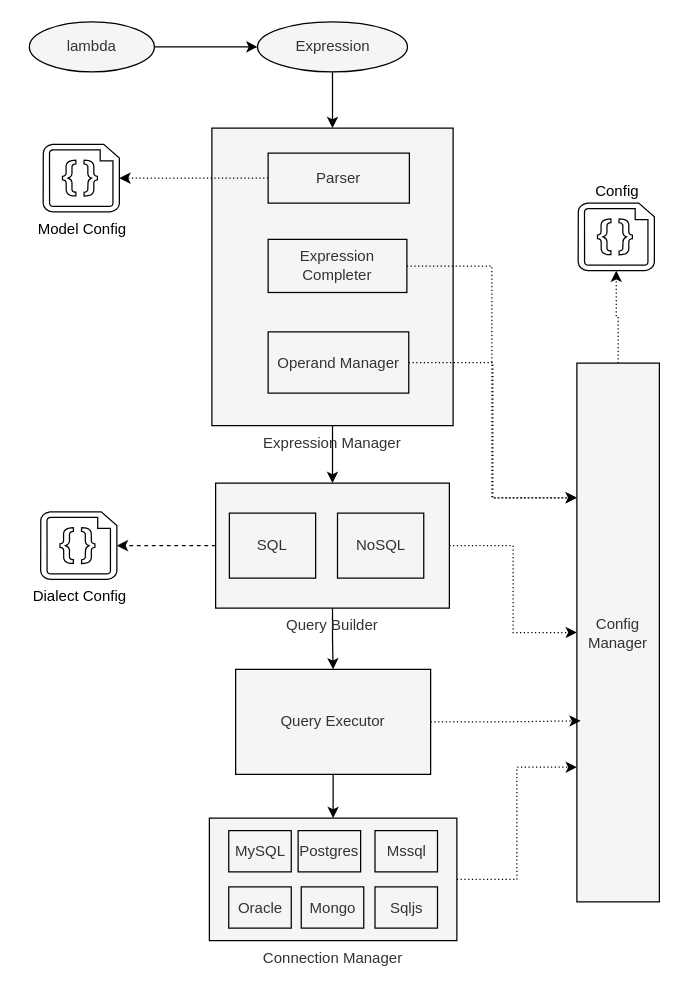
The draw.io diagram design/diagram.drawio in lambda-orm/lambdaorm, before the edit. Source tidied: cells renumbered, new cells numbered last; positions are measured from the earlier drawing's top-left corner, leaving out a move shared by most shapes. Both pictures are drawn from the tidied source at 125%, with x=0, y=0 at pixel (29, 21).
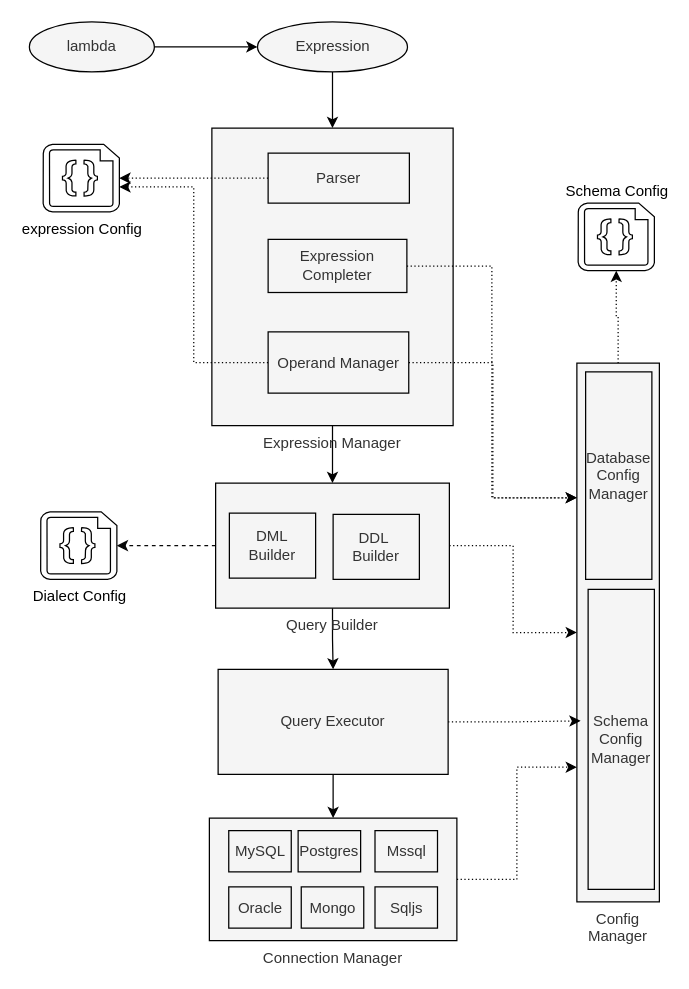
After the change.

Unchanged cells that the change refers to:
```xml
<mxCell id="35" value="Operand Manager" style="rounded=0;whiteSpace=wrap;html=1;labelBackgroundColor=none;sketch=0;fillColor=#f5f5f5;fontColor=#333333;strokeColor=#000000;" parent="1" vertex="1">
  <mxGeometry x="191" y="248" width="112.5" height="49" as="geometry" />
</mxCell>
```

Diff of the diagram source:
```diff
@@
-    <mxCell id="7" value="Config Manager" style="rounded=0;whiteSpace=wrap;html=1;labelBackgroundColor=none;sketch=0;fillColor=#f5f5f5;fontColor=#333333;strokeColor=#000000;labelPosition=center;verticalLabelPosition=middle;align=center;verticalAlign=middle;" parent="1" vertex="1">
+    <mxCell id="7" value="Config Manager" style="rounded=0;whiteSpace=wrap;html=1;labelBackgroundColor=none;sketch=0;fillColor=#f5f5f5;fontColor=#333333;strokeColor=#000000;labelPosition=center;verticalLabelPosition=bottom;align=center;verticalAlign=top;" parent="1" vertex="1">
       <mxGeometry x="438" y="273" width="66" height="431" as="geometry" />
     </mxCell>
@@
-    <mxCell id="10" value="Query Executor" style="rounded=0;whiteSpace=wrap;html=1;labelBackgroundColor=none;sketch=0;shadow=0;fillColor=#f5f5f5;fontColor=#333333;strokeColor=#000000;" parent="1" vertex="1">
-      <mxGeometry x="165" y="518" width="156" height="84" as="geometry" />
+    <mxCell id="10" value="Query Executor" style="rounded=0;whiteSpace=wrap;html=1;labelBackgroundColor=none;sketch=0;shadow=0;fillColor=#f5f5f5;fontColor=#333333;strokeColor=#000000;labelPosition=center;verticalLabelPosition=middle;align=center;verticalAlign=middle;" parent="1" vertex="1">
+      <mxGeometry x="151" y="518" width="184" height="84" as="geometry" />
     </mxCell>
@@
-    <mxCell id="15" value="SQL" style="rounded=0;whiteSpace=wrap;html=1;labelBackgroundColor=none;sketch=0;shadow=0;fillColor=#f5f5f5;fontColor=#333333;strokeColor=#000000;labelPosition=center;verticalLabelPosition=middle;align=center;verticalAlign=middle;" parent="1" vertex="1">
+    <mxCell id="15" value="DML &lt;br&gt;Builder" style="rounded=0;whiteSpace=wrap;html=1;labelBackgroundColor=none;sketch=0;shadow=0;fillColor=#f5f5f5;fontColor=#333333;strokeColor=#000000;labelPosition=center;verticalLabelPosition=middle;align=center;verticalAlign=middle;" parent="1" vertex="1">
       <mxGeometry x="160" y="393" width="69" height="52" as="geometry" />
     </mxCell>
-    <mxCell id="16" value="NoSQL" style="rounded=0;whiteSpace=wrap;html=1;labelBackgroundColor=none;sketch=0;shadow=0;fillColor=#f5f5f5;fontColor=#333333;strokeColor=#000000;labelPosition=center;verticalLabelPosition=middle;align=center;verticalAlign=middle;" parent="1" vertex="1">
-      <mxGeometry x="246.5" y="393" width="69" height="52" as="geometry" />
+    <mxCell id="16" value="DDL&amp;nbsp; Builder" style="rounded=0;whiteSpace=wrap;html=1;labelBackgroundColor=none;sketch=0;shadow=0;fillColor=#f5f5f5;fontColor=#333333;strokeColor=#000000;labelPosition=center;verticalLabelPosition=middle;align=center;verticalAlign=middle;" parent="1" vertex="1">
+      <mxGeometry x="243" y="394" width="69" height="52" as="geometry" />
     </mxCell>
-    <mxCell id="17" value="Model Config" style="verticalLabelPosition=bottom;html=1;verticalAlign=top;align=center;shape=mxgraph.azure.code_file;fontColor=#000000;strokeWidth=1;" parent="1" vertex="1">
+    <mxCell id="17" value="expression Config" style="verticalLabelPosition=bottom;html=1;verticalAlign=top;align=center;shape=mxgraph.azure.code_file;fontColor=#000000;strokeWidth=1;" parent="1" vertex="1">
       <mxGeometry x="11" y="98" width="61" height="54" as="geometry" />
     </mxCell>
@@
-    <mxCell id="19" value="Config" style="verticalLabelPosition=top;html=1;verticalAlign=bottom;align=center;shape=mxgraph.azure.code_file;fontColor=#000000;strokeWidth=1;labelPosition=center;" parent="1" vertex="1">
+    <mxCell id="19" value="Schema Config" style="verticalLabelPosition=top;html=1;verticalAlign=bottom;align=center;shape=mxgraph.azure.code_file;fontColor=#000000;strokeWidth=1;labelPosition=center;" parent="1" vertex="1">
       <mxGeometry x="439" y="145" width="61" height="54" as="geometry" />
     </mxCell>
@@
+    <mxCell id="36" style="edgeStyle=orthogonalEdgeStyle;rounded=0;jettySize=auto;html=1;entryX=1;entryY=0.63;entryDx=0;entryDy=0;entryPerimeter=0;dashed=1;dashPattern=1 2;strokeColor=#000000;" parent="1" edge="1" source="35" target="17">
+      <mxGeometry relative="1" as="geometry" />
+    </mxCell>
@@
+    <mxCell id="37" value="Database Config&lt;br&gt;Manager" style="rounded=0;whiteSpace=wrap;html=1;labelBackgroundColor=none;sketch=0;shadow=0;fillColor=#f5f5f5;fontColor=#333333;strokeColor=#000000;labelPosition=center;verticalLabelPosition=middle;align=center;verticalAlign=middle;" parent="1" vertex="1">
+      <mxGeometry x="445" y="280" width="53" height="166" as="geometry" />
+    </mxCell>
+    <mxCell id="38" value="Schema Config Manager" style="rounded=0;whiteSpace=wrap;html=1;labelBackgroundColor=none;sketch=0;shadow=0;fillColor=#f5f5f5;fontColor=#333333;strokeColor=#000000;labelPosition=center;verticalLabelPosition=middle;align=center;verticalAlign=middle;" parent="1" vertex="1">
+      <mxGeometry x="447" y="454" width="53" height="240" as="geometry" />
+    </mxCell>
```
